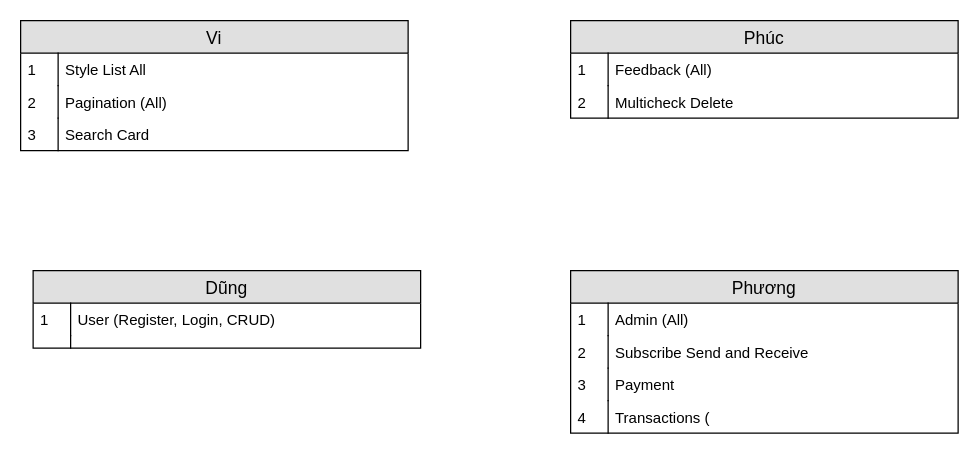
This is page "Task Sheet" (9 of 9) of e-Greeting.drawio from duyphuong403/E-Greeting, a draw.io file, before an edit. Source tidied: cells renumbered, new cells numbered last; positions are measured from the earlier drawing's top-left corner, leaving out a move shared by most shapes. Both pictures are drawn from the tidied source at 125%, with x=0, y=0 at pixel (20, 20).
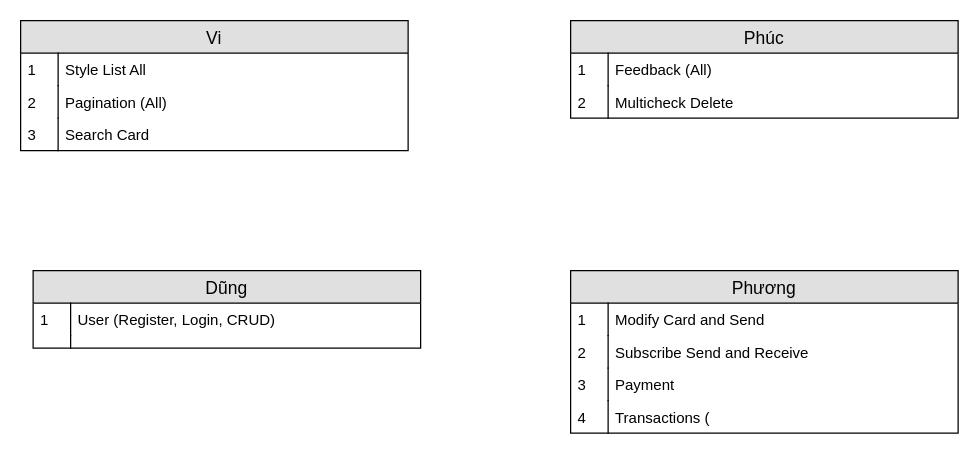
Above is the later version.

Unchanged cells that the change refers to:
```xml
<mxCell id="19" value="Phương" style="swimlane;fontStyle=0;horizontal=1;startSize=26;fillColor=#e0e0e0;swimlaneFillColor=#ffffff;align=center;fontSize=14;" parent="1" vertex="1">
  <mxGeometry x="440" y="200" width="310" height="130" as="geometry" />
</mxCell>
```

What changed in the source:
```diff
@@
-    <mxCell id="20" value="Admin (All)" style="shape=partialRectangle;top=0;left=0;right=0;bottom=0;align=left;verticalAlign=top;fillColor=none;spacingLeft=34;spacingRight=4;overflow=hidden;fontSize=12;" parent="19" vertex="1">
-      <mxGeometry y="26" width="310" height="26" as="geometry" />
-    </mxCell>
+    <mxCell id="28" value="Modify Card and Send&#10;" style="shape=partialRectangle;top=0;left=0;right=0;bottom=0;align=left;verticalAlign=top;fillColor=none;spacingLeft=34;spacingRight=4;overflow=hidden;fontSize=12;" parent="19" vertex="1">
+      <mxGeometry y="26" width="310" height="26" as="geometry" />
+    </mxCell>
-    <mxCell id="21" value="1" style="shape=partialRectangle;top=0;left=0;bottom=0;fillColor=none;align=left;verticalAlign=top;spacingLeft=4;spacingRight=4;overflow=hidden;fontSize=12;" parent="20" vertex="1">
+    <mxCell id="21" value="1" style="shape=partialRectangle;top=0;left=0;bottom=0;fillColor=none;align=left;verticalAlign=top;spacingLeft=4;spacingRight=4;overflow=hidden;fontSize=12;" parent="28" vertex="1">
       <mxGeometry width="30" height="26" as="geometry" />
     </mxCell>
```
